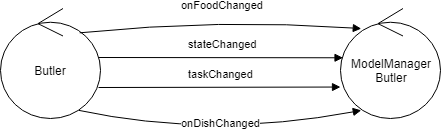
This is Docs/Analisi_Iniziale/zooming2/ButlerModelButlerArchitecture.png from xAlessandroC/iss2019TemaFinale, a draw.io export, as it was before one commit. Source tidied: cells renumbered, new cells last; positions are measured from the earlier drawing's top-left corner, leaving out a move shared by most shapes. The source it was exported from:
```xml
<mxGraphModel>
  <root>
    <mxCell id="0" />
    <mxCell id="1" parent="0" />
    <mxCell id="2" value="Butler" style="ellipse;shape=umlControl;whiteSpace=wrap;html=1;" parent="1" vertex="1">
      <mxGeometry width="100" height="110" as="geometry" />
    </mxCell>
    <mxCell id="3" value="stateChanged" style="html=1;verticalAlign=bottom;endArrow=block;entryX=0.025;entryY=0.448;entryDx=0;entryDy=0;entryPerimeter=0;" parent="1" edge="1" target="5">
      <mxGeometry x="0.02" y="5" relative="1" as="geometry">
        <mxPoint x="98" y="49" as="sourcePoint" />
      </mxGeometry>
    </mxCell>
    <mxCell id="4" value="robotCmd(X)" style="html=1;verticalAlign=bottom;endArrow=block;entryX=0.017;entryY=0.561;entryDx=0;entryDy=0;entryPerimeter=0;exitX=1.025;exitY=0.544;exitDx=0;exitDy=0;exitPerimeter=0;" parent="1" edge="1" target="x">
      <mxGeometry x="0.02" y="5" relative="1" as="geometry">
        <mxPoint x="312.5" y="59.8" as="sourcePoint" />
      </mxGeometry>
    </mxCell>
    <mxCell id="5" value="ModelManager&lt;br&gt;Butler" style="ellipse;shape=umlControl;whiteSpace=wrap;html=1;" parent="1" vertex="1">
      <mxGeometry x="340" width="100" height="110" as="geometry" />
    </mxCell>
    <mxCell id="6" value="taskChanged" style="html=1;verticalAlign=bottom;endArrow=block;entryX=0;entryY=0.714;entryDx=0;entryDy=0;entryPerimeter=0;" parent="1" edge="1" target="5">
      <mxGeometry x="0.02" y="5" relative="1" as="geometry">
        <mxPoint x="98" y="79" as="sourcePoint" />
      </mxGeometry>
    </mxCell>
    <mxCell id="7" value="onDishChanged" style="html=1;verticalAlign=bottom;endArrow=block;entryX=0.208;entryY=0.926;entryDx=0;entryDy=0;entryPerimeter=0;exitX=0.783;exitY=0.926;exitDx=0;exitDy=0;exitPerimeter=0;curved=1;" parent="1" edge="1" source="2" target="5">
      <mxGeometry x="0.02" y="5" relative="1" as="geometry">
        <Array as="points">
          <mxPoint x="210" y="130" />
        </Array>
      </mxGeometry>
    </mxCell>
    <mxCell id="8" value="onFoodChanged" style="html=1;verticalAlign=bottom;endArrow=block;entryX=0.208;entryY=0.183;entryDx=0;entryDy=0;entryPerimeter=0;exitX=0.792;exitY=0.221;exitDx=0;exitDy=0;exitPerimeter=0;curved=1;" parent="1" edge="1" source="2" target="5">
      <mxGeometry x="0.02" y="5" relative="1" as="geometry">
        <Array as="points">
          <mxPoint x="220" y="10" />
        </Array>
      </mxGeometry>
    </mxCell>
  </root>
</mxGraphModel>
```
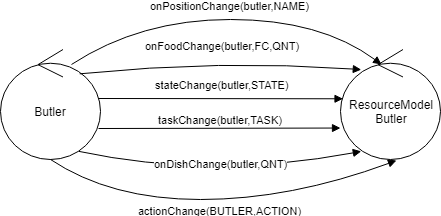
Above is the later version.

What changed in the source:
```diff
@@ -5,37 +5,49 @@
     <mxCell id="2" value="Butler" style="ellipse;shape=umlControl;whiteSpace=wrap;html=1;" parent="1" vertex="1">
       <mxGeometry width="100" height="110" as="geometry" />
     </mxCell>
-    <mxCell id="3" value="stateChanged" style="html=1;verticalAlign=bottom;endArrow=block;entryX=0.025;entryY=0.448;entryDx=0;entryDy=0;entryPerimeter=0;" parent="1" edge="1" target="5">
+    <mxCell id="3" value="stateChange(butler,STATE)" style="html=1;verticalAlign=bottom;endArrow=block;entryX=0.025;entryY=0.448;entryDx=0;entryDy=0;entryPerimeter=0;" parent="1" edge="1" target="5">
       <mxGeometry x="0.02" y="5" relative="1" as="geometry">
         <mxPoint x="98" y="49" as="sourcePoint" />
       </mxGeometry>
     </mxCell>
-    <mxCell id="4" value="robotCmd(X)" style="html=1;verticalAlign=bottom;endArrow=block;entryX=0.017;entryY=0.561;entryDx=0;entryDy=0;entryPerimeter=0;exitX=1.025;exitY=0.544;exitDx=0;exitDy=0;exitPerimeter=0;" parent="1" edge="1" target="x">
-      <mxGeometry x="0.02" y="5" relative="1" as="geometry">
-        <mxPoint x="312.5" y="59.8" as="sourcePoint" />
-      </mxGeometry>
-    </mxCell>
-    <mxCell id="5" value="ModelManager&lt;br&gt;Butler" style="ellipse;shape=umlControl;whiteSpace=wrap;html=1;" parent="1" vertex="1">
+    <mxCell id="5" value="ResourceModel&lt;br&gt;Butler" style="ellipse;shape=umlControl;whiteSpace=wrap;html=1;" parent="1" vertex="1">
       <mxGeometry x="340" width="100" height="110" as="geometry" />
     </mxCell>
-    <mxCell id="6" value="taskChanged" style="html=1;verticalAlign=bottom;endArrow=block;entryX=0;entryY=0.714;entryDx=0;entryDy=0;entryPerimeter=0;" parent="1" edge="1" target="5">
-      <mxGeometry x="0.02" y="5" relative="1" as="geometry">
+    <mxCell id="6" value="taskChange(butler,TASK)" style="html=1;verticalAlign=bottom;endArrow=block;entryX=0;entryY=0.714;entryDx=0;entryDy=0;entryPerimeter=0;" parent="1" edge="1" target="5">
+      <mxGeometry x="0.01" relative="1" as="geometry">
         <mxPoint x="98" y="79" as="sourcePoint" />
       </mxGeometry>
     </mxCell>
-    <mxCell id="7" value="onDishChanged" style="html=1;verticalAlign=bottom;endArrow=block;entryX=0.208;entryY=0.926;entryDx=0;entryDy=0;entryPerimeter=0;exitX=0.783;exitY=0.926;exitDx=0;exitDy=0;exitPerimeter=0;curved=1;" parent="1" edge="1" source="2" target="5">
+    <mxCell id="7" value="onDishChange(butler,QNT)" style="html=1;verticalAlign=bottom;endArrow=block;entryX=0.208;entryY=0.926;entryDx=0;entryDy=0;entryPerimeter=0;exitX=0.783;exitY=0.926;exitDx=0;exitDy=0;exitPerimeter=0;curved=1;" parent="1" edge="1" source="2" target="5">
       <mxGeometry x="0.02" y="5" relative="1" as="geometry">
         <Array as="points">
           <mxPoint x="210" y="130" />
         </Array>
       </mxGeometry>
     </mxCell>
-    <mxCell id="8" value="onFoodChanged" style="html=1;verticalAlign=bottom;endArrow=block;entryX=0.208;entryY=0.183;entryDx=0;entryDy=0;entryPerimeter=0;exitX=0.792;exitY=0.221;exitDx=0;exitDy=0;exitPerimeter=0;curved=1;" parent="1" edge="1" source="2" target="5">
+    <mxCell id="8" value="onFoodChange(butler,FC,QNT)" style="html=1;verticalAlign=bottom;endArrow=block;entryX=0.208;entryY=0.183;entryDx=0;entryDy=0;entryPerimeter=0;exitX=0.792;exitY=0.221;exitDx=0;exitDy=0;exitPerimeter=0;curved=1;" parent="1" edge="1" source="2" target="5">
       <mxGeometry x="0.02" y="5" relative="1" as="geometry">
         <Array as="points">
           <mxPoint x="220" y="10" />
         </Array>
       </mxGeometry>
     </mxCell>
+    <mxCell id="9" value="onPositionChange(butler,NAME)" style="html=1;verticalAlign=bottom;endArrow=block;entryX=0.41;entryY=0.136;entryDx=0;entryDy=0;entryPerimeter=0;exitX=0.71;exitY=0.136;exitDx=0;exitDy=0;exitPerimeter=0;curved=1;" parent="1" edge="1" source="2" target="5">
+      <mxGeometry x="0.02" y="5" relative="1" as="geometry">
+        <Array as="points">
+          <mxPoint x="140" y="-30" />
+          <mxPoint x="320" y="-30" />
+        </Array>
+      </mxGeometry>
+    </mxCell>
+    <mxCell id="10" value="actionChange(BUTLER,ACTION)" style="html=1;verticalAlign=bottom;endArrow=block;entryX=0.56;entryY=1.009;entryDx=0;entryDy=0;entryPerimeter=0;exitX=0.783;exitY=0.926;exitDx=0;exitDy=0;exitPerimeter=0;curved=1;" parent="1" edge="1" target="5">
+      <mxGeometry y="-20" relative="1" as="geometry">
+        <mxPoint x="49.8" y="109.9" as="sourcePoint" />
+        <Array as="points">
+          <mxPoint x="110" y="150" />
+          <mxPoint x="290" y="150" />
+        </Array>
+      </mxGeometry>
+    </mxCell>
   </root>
 </mxGraphModel>
```
